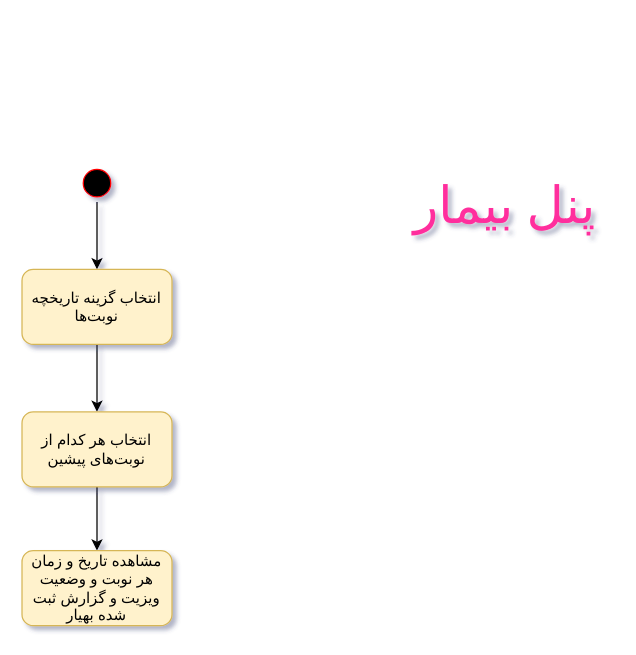
Above: page "مشاهده نوبت‌‌ها" (10 of 19) of ActivityDiagram.drawio in Matinrezaei/Software-Lab (draw.io), before the change. Source tidied: cells renumbered, new cells numbered last; positions are measured from the earlier drawing's top-left corner, leaving out a move shared by most shapes. Both pictures are drawn from the tidied source at 125%, with x=0, y=0 at pixel (21, 164).
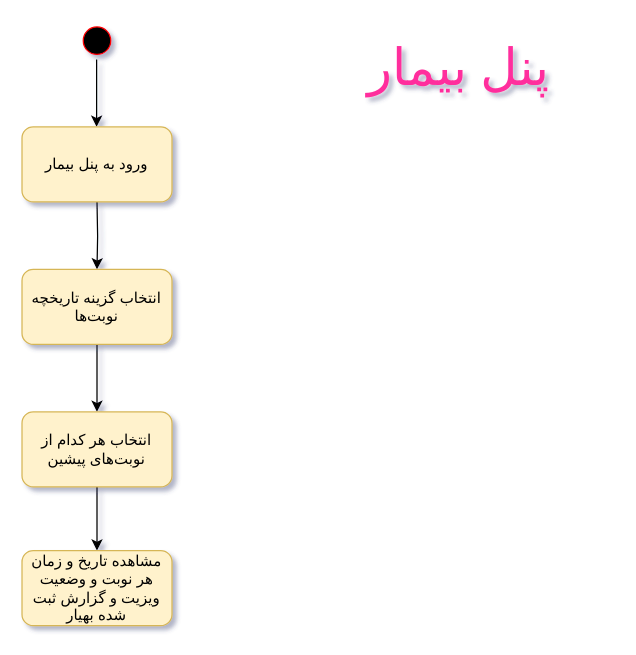
The same page after the edit.

What changed in the source:
```diff
@@
 <mxGraphModel shadow="1">
   <root>
     <mxCell id="0" />
     <mxCell id="1" parent="0" />
-    <mxCell id="2" style="edgeStyle=orthogonalEdgeStyle;rounded=0;jettySize=auto;html=1;entryX=0.5;entryY=0;entryDx=0;entryDy=0;" parent="1" edge="1" source="3" target="5">
-      <mxGeometry relative="1" as="geometry" />
+    <mxCell id="2" style="edgeStyle=orthogonalEdgeStyle;rounded=0;jettySize=auto;html=1;entryX=0.5;entryY=0;entryDx=0;entryDy=0;" parent="1" edge="1" target="5">
+      <mxGeometry relative="1" as="geometry">
+        <mxPoint x="60.1" y="30" as="sourcePoint" />
+      </mxGeometry>
     </mxCell>
     <mxCell id="3" style="ellipse;html=1;shape=startState;fillColor=#000000;strokeColor=#ff0000;" parent="1" vertex="1">
-      <mxGeometry x="45.1" width="30" height="30" as="geometry" />
+      <mxGeometry x="45.1" y="-114" width="30" height="30" as="geometry" />
     </mxCell>
     <mxCell id="4" style="edgeStyle=orthogonalEdgeStyle;rounded=0;jettySize=auto;html=1;entryX=0.5;entryY=0;entryDx=0;entryDy=0;" parent="1" edge="1" source="5" target="7">
       <mxGeometry relative="1" as="geometry" />
     </mxCell>
     <mxCell id="5" value="انتخاب گزینه تاریخچه نوبت‌ها" style="rounded=1;whiteSpace=wrap;html=1;fillColor=#fff2cc;strokeColor=#d6b656;" parent="1" vertex="1">
       <mxGeometry x="0.1" y="84" width="120" height="60" as="geometry" />
     </mxCell>
     <mxCell id="6" style="edgeStyle=orthogonalEdgeStyle;rounded=0;jettySize=auto;html=1;entryX=0.5;entryY=0;entryDx=0;entryDy=0;" parent="1" edge="1" source="7" target="8">
       <mxGeometry relative="1" as="geometry" />
     </mxCell>
     <mxCell id="7" value="انتخاب هر کدام از نوبت‌های پیشین" style="rounded=1;whiteSpace=wrap;html=1;fillColor=#fff2cc;strokeColor=#d6b656;" parent="1" vertex="1">
       <mxGeometry x="0.1" y="198" width="120" height="60" as="geometry" />
     </mxCell>
     <mxCell id="8" value="مشاهده تاریخ و زمان هر نوبت و وضعیت ویزیت و گزارش ثبت شده بهیار" style="rounded=1;whiteSpace=wrap;html=1;fillColor=#fff2cc;strokeColor=#d6b656;" parent="1" vertex="1">
       <mxGeometry x="0.1" y="309" width="120" height="60" as="geometry" />
     </mxCell>
     <mxCell id="9" value="&lt;font color=&quot;#ff2e9d&quot; style=&quot;font-size: 41px;&quot; face=&quot;Tahoma&quot;&gt;پنل بیمار&lt;/font&gt;&lt;font style=&quot;font-size: 41px;&quot; face=&quot;_kxpbe5iIvoVPWevJDPW&quot;&gt;&lt;br&gt;&lt;/font&gt;" style="text;html=1;align=center;verticalAlign=middle;strokeColor=none;fillColor=none;" parent="1" vertex="1">
-      <mxGeometry x="304" width="164" height="64" as="geometry" />
+      <mxGeometry x="267" y="-110" width="164" height="64" as="geometry" />
     </mxCell>
+    <mxCell id="10" style="edgeStyle=orthogonalEdgeStyle;rounded=0;orthogonalLoop=1;jettySize=auto;html=1;" parent="1" edge="1">
+      <mxGeometry relative="1" as="geometry">
+        <mxPoint x="59.8" y="-84" as="sourcePoint" />
+        <mxPoint x="59.8" y="-30" as="targetPoint" />
+      </mxGeometry>
+    </mxCell>
+    <mxCell id="11" value="ورود به پنل بیمار" style="rounded=1;whiteSpace=wrap;html=1;fillColor=#fff2cc;strokeColor=#d6b656;" parent="1" vertex="1">
+      <mxGeometry x="0.1" y="-30" width="120" height="60" as="geometry" />
+    </mxCell>
   </root>
 </mxGraphModel>
```
